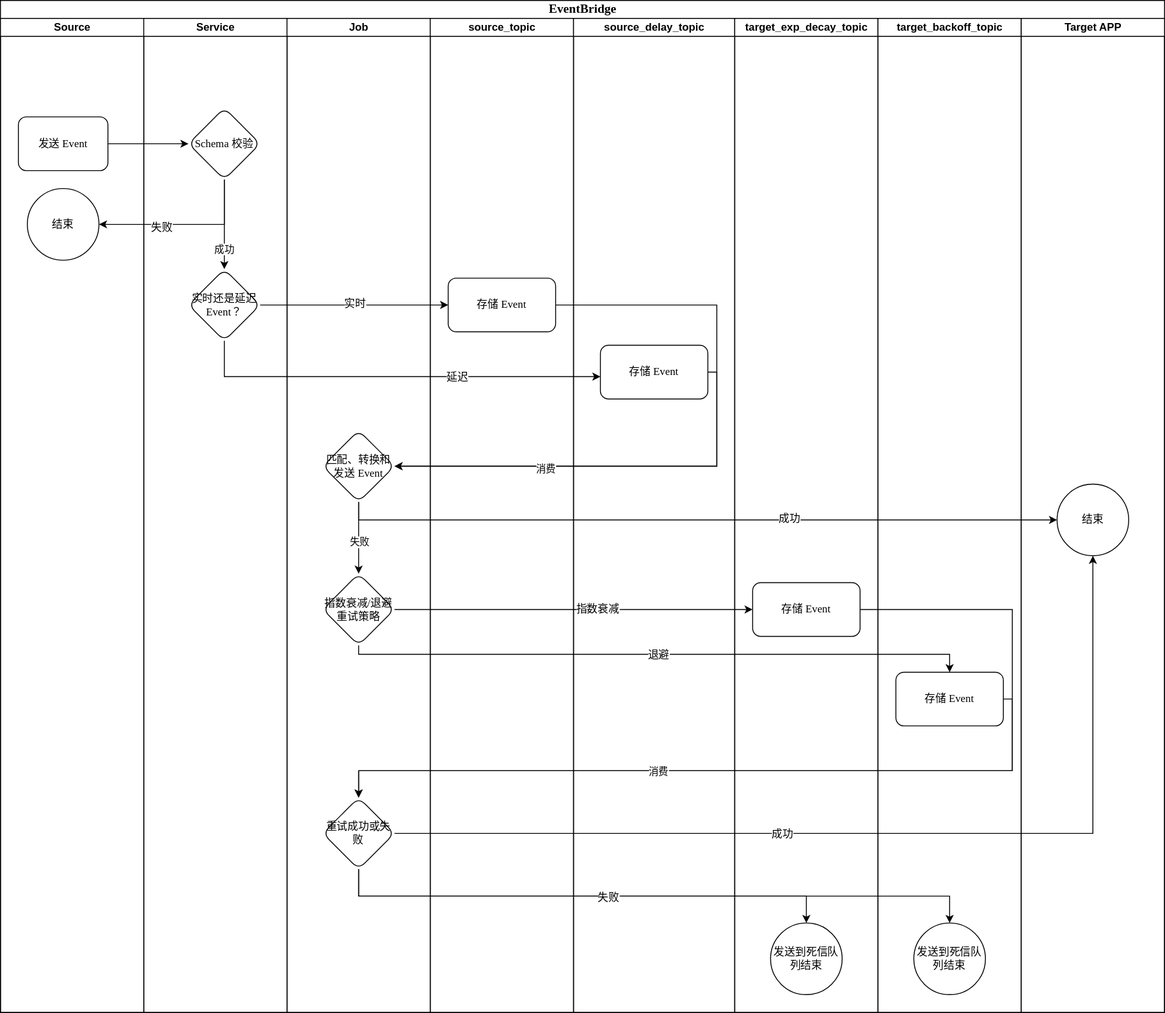
tianping526/eventbridge keeps this draw.io diagram as docs/zh/img/event-flow.svg. Above is the earlier version. Source tidied: cells renumbered, new cells last; positions are measured from the earlier drawing's top-left corner, leaving out a move shared by most shapes.
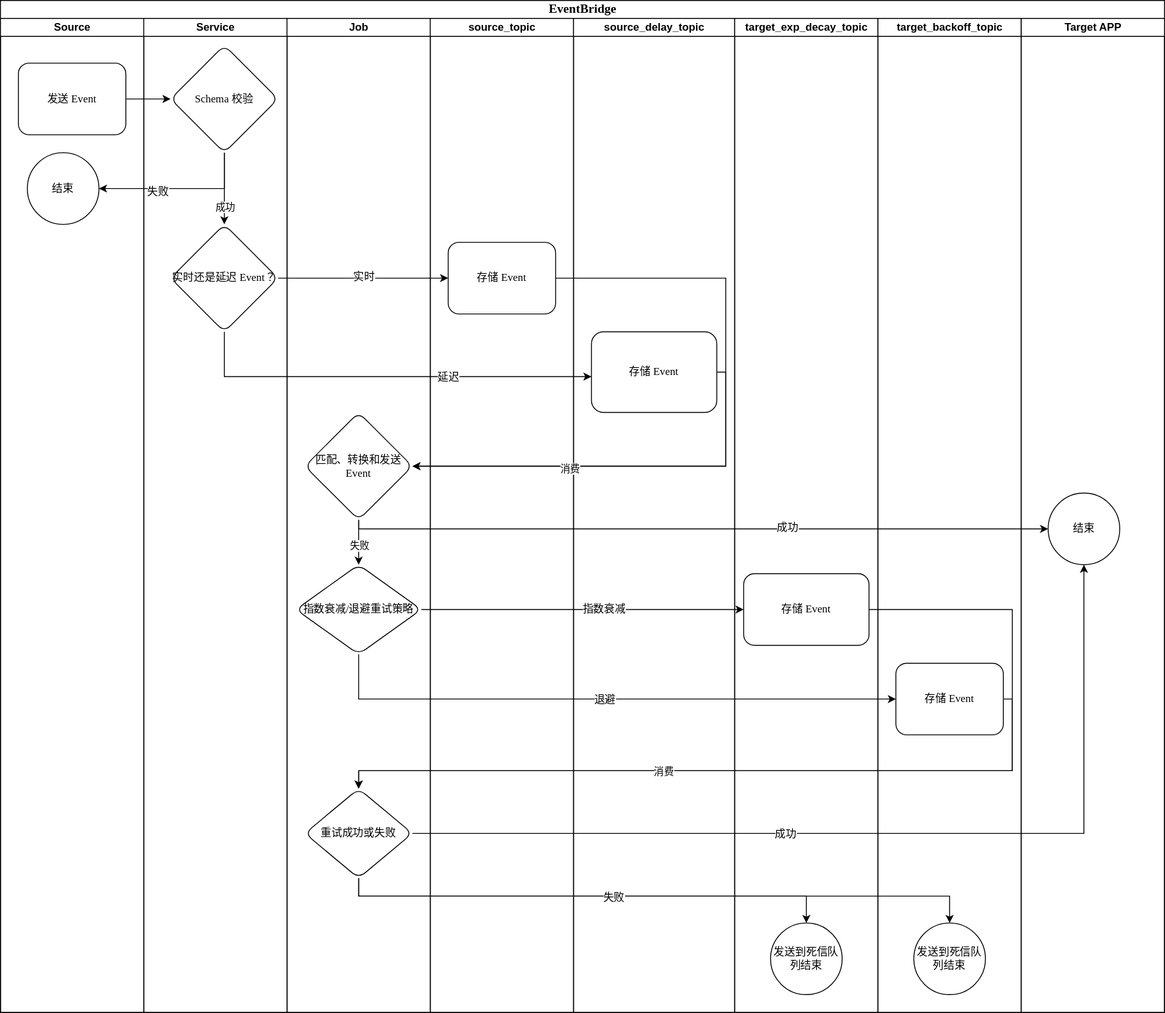
The same file after the commit.

Diff of the diagram source:
```diff
@@ -9,17 +9,28 @@
       <mxGeometry y="20" width="160" height="1110" as="geometry" />
     </mxCell>
     <mxCell id="4" value="发送 Event" style="rounded=1;whiteSpace=wrap;html=1;shadow=0;labelBackgroundColor=none;strokeWidth=1;fontFamily=Verdana;fontSize=12;align=center;" parent="3" vertex="1">
-      <mxGeometry x="20" y="110" width="100" height="60" as="geometry" />
+      <mxGeometry x="20" y="50" width="120" height="80" as="geometry" />
     </mxCell>
     <mxCell id="5" value="结束" style="ellipse;whiteSpace=wrap;html=1;fontSize=12;fontFamily=Verdana;rounded=1;shadow=0;labelBackgroundColor=none;strokeWidth=1;" parent="3" vertex="1">
-      <mxGeometry x="30" y="190" width="80" height="80" as="geometry" />
+      <mxGeometry x="30" y="150" width="80" height="80" as="geometry" />
     </mxCell>
     <mxCell id="6" value="Service" style="swimlane;html=1;startSize=20;" parent="2" vertex="1">
       <mxGeometry x="160" y="20" width="160" height="1110" as="geometry" />
     </mxCell>
     <mxCell id="7" value="Schema 校验" style="rhombus;whiteSpace=wrap;html=1;fontSize=12;fontFamily=Verdana;rounded=1;shadow=0;labelBackgroundColor=none;strokeWidth=1;" parent="6" vertex="1">
-      <mxGeometry x="50" y="100" width="80" height="80" as="geometry" />
+      <mxGeometry x="30" y="30" width="120" height="120" as="geometry" />
     </mxCell>
+    <mxCell id="15" value="实时还是延迟 Event？" style="rhombus;whiteSpace=wrap;html=1;fontSize=12;fontFamily=Verdana;rounded=1;shadow=0;labelBackgroundColor=none;strokeWidth=1;" parent="6" vertex="1">
+      <mxGeometry x="30" y="230" width="120" height="120" as="geometry" />
+    </mxCell>
+    <mxCell id="51" style="edgeStyle=orthogonalEdgeStyle;rounded=0;jettySize=auto;html=1;fontSize=12;" parent="6" edge="1" source="7" target="15">
+      <mxGeometry relative="1" as="geometry" />
+    </mxCell>
+    <mxCell id="52" value="成功" style="edgeLabel;html=1;align=center;verticalAlign=middle;" parent="51" vertex="1">
+      <mxGeometry x="0.54" y="-1" relative="1" as="geometry">
+        <mxPoint x="1" y="-2" as="offset" />
+      </mxGeometry>
+    </mxCell>
     <mxCell id="8" value="Job" style="swimlane;html=1;startSize=20;" parent="2" vertex="1">
       <mxGeometry x="320" y="20" width="160" height="1110" as="geometry" />
     </mxCell>
@@ -30,40 +41,31 @@
       <mxGeometry x="0.1" relative="1" as="geometry" />
     </mxCell>
     <mxCell id="11" value="匹配、转换和发送 Event" style="rhombus;whiteSpace=wrap;html=1;fontSize=12;fontFamily=Verdana;rounded=1;shadow=0;labelBackgroundColor=none;strokeWidth=1;" parent="8" vertex="1">
-      <mxGeometry x="40" y="460" width="80" height="80" as="geometry" />
+      <mxGeometry x="20" y="440" width="120" height="120" as="geometry" />
     </mxCell>
     <mxCell id="12" value="指数衰减/退避重试策略" style="rhombus;whiteSpace=wrap;html=1;fontSize=12;fontFamily=Verdana;rounded=1;shadow=0;labelBackgroundColor=none;strokeWidth=1;" parent="8" vertex="1">
-      <mxGeometry x="40" y="620" width="80" height="80" as="geometry" />
+      <mxGeometry x="10" y="610" width="140" height="100" as="geometry" />
     </mxCell>
     <mxCell id="13" value="重试成功或失败" style="rhombus;whiteSpace=wrap;html=1;fontSize=12;fontFamily=Verdana;rounded=1;shadow=0;labelBackgroundColor=none;strokeWidth=1;" parent="8" vertex="1">
-      <mxGeometry x="40" y="870" width="80" height="80" as="geometry" />
+      <mxGeometry x="20" y="860" width="120" height="100" as="geometry" />
     </mxCell>
     <mxCell id="14" value="source_topic" style="swimlane;html=1;startSize=20;" parent="2" vertex="1">
       <mxGeometry x="480" y="20" width="160" height="1110" as="geometry" />
     </mxCell>
-    <mxCell id="15" value="实时还是延迟 Event？" style="rhombus;whiteSpace=wrap;html=1;fontSize=12;fontFamily=Verdana;rounded=1;shadow=0;labelBackgroundColor=none;strokeWidth=1;" parent="14" vertex="1">
-      <mxGeometry x="-270" y="280" width="80" height="80" as="geometry" />
-    </mxCell>
     <mxCell id="16" value="存储 Event" style="whiteSpace=wrap;html=1;fontSize=12;fontFamily=Verdana;rounded=1;shadow=0;labelBackgroundColor=none;strokeWidth=1;" parent="14" vertex="1">
-      <mxGeometry x="20" y="290" width="120" height="60" as="geometry" />
+      <mxGeometry x="20" y="250" width="120" height="80" as="geometry" />
     </mxCell>
-    <mxCell id="17" style="edgeStyle=orthogonalEdgeStyle;rounded=0;jettySize=auto;html=1;fontSize=12;" parent="14" edge="1" source="15" target="16">
-      <mxGeometry relative="1" as="geometry" />
-    </mxCell>
-    <mxCell id="18" value="实时" style="edgeLabel;html=1;align=center;verticalAlign=middle;fontSize=12;" parent="17" vertex="1">
-      <mxGeometry y="2" relative="1" as="geometry" />
-    </mxCell>
     <mxCell id="19" value="source_delay_topic" style="swimlane;html=1;startSize=20;" parent="2" vertex="1">
       <mxGeometry x="640" y="20" width="180" height="1110" as="geometry" />
     </mxCell>
     <mxCell id="20" value="存储 Event" style="whiteSpace=wrap;html=1;fontSize=12;fontFamily=Verdana;rounded=1;shadow=0;labelBackgroundColor=none;strokeWidth=1;" parent="19" vertex="1">
-      <mxGeometry x="30" y="365" width="120" height="60" as="geometry" />
+      <mxGeometry x="20" y="350" width="140" height="90" as="geometry" />
     </mxCell>
     <mxCell id="21" value="target_exp_decay_topic" style="swimlane;html=1;startSize=20;" parent="2" vertex="1">
       <mxGeometry x="820" y="20" width="160" height="1110" as="geometry" />
     </mxCell>
     <mxCell id="22" value="存储 Event" style="whiteSpace=wrap;html=1;fontSize=12;fontFamily=Verdana;rounded=1;shadow=0;labelBackgroundColor=none;strokeWidth=1;" parent="21" vertex="1">
-      <mxGeometry x="20" y="630" width="120" height="60" as="geometry" />
+      <mxGeometry x="10" y="620" width="140" height="80" as="geometry" />
     </mxCell>
     <mxCell id="23" value="发送到死信队列结束" style="ellipse;whiteSpace=wrap;html=1;fontSize=12;fontFamily=Verdana;rounded=1;shadow=0;labelBackgroundColor=none;strokeWidth=1;" parent="21" vertex="1">
       <mxGeometry x="40" y="1010" width="80" height="80" as="geometry" />
@@ -72,7 +74,7 @@
       <mxGeometry x="980" y="20" width="160" height="1110" as="geometry" />
     </mxCell>
     <mxCell id="25" value="存储 Event" style="whiteSpace=wrap;html=1;fontSize=12;fontFamily=Verdana;rounded=1;shadow=0;labelBackgroundColor=none;strokeWidth=1;" parent="24" vertex="1">
-      <mxGeometry x="20" y="730" width="120" height="60" as="geometry" />
+      <mxGeometry x="20" y="720" width="120" height="80" as="geometry" />
     </mxCell>
     <mxCell id="26" value="发送到死信队列结束" style="ellipse;whiteSpace=wrap;html=1;fontSize=12;fontFamily=Verdana;rounded=1;shadow=0;labelBackgroundColor=none;strokeWidth=1;" parent="24" vertex="1">
       <mxGeometry x="40" y="1010" width="80" height="80" as="geometry" />
@@ -81,7 +83,7 @@
       <mxGeometry x="1140" y="20" width="160" height="1110" as="geometry" />
     </mxCell>
     <mxCell id="28" value="结束" style="ellipse;whiteSpace=wrap;html=1;fontSize=12;fontFamily=Verdana;rounded=1;shadow=0;labelBackgroundColor=none;strokeWidth=1;" parent="27" vertex="1">
-      <mxGeometry x="40" y="520" width="80" height="80" as="geometry" />
+      <mxGeometry x="30" y="530" width="80" height="80" as="geometry" />
     </mxCell>
     <mxCell id="29" style="edgeStyle=orthogonalEdgeStyle;rounded=0;jettySize=auto;html=1;fontSize=12;" parent="2" edge="1" source="15" target="20">
       <mxGeometry relative="1" as="geometry">
@@ -96,15 +98,15 @@
     <mxCell id="31" style="edgeStyle=orthogonalEdgeStyle;rounded=0;jettySize=auto;html=1;entryX=1;entryY=0.5;entryDx=0;entryDy=0;fontSize=12;" parent="2" edge="1" source="20" target="11">
       <mxGeometry relative="1" as="geometry">
         <Array as="points">
-          <mxPoint x="800" y="415" />
-          <mxPoint x="800" y="520" />
+          <mxPoint x="810" y="415" />
+          <mxPoint x="810" y="520" />
         </Array>
       </mxGeometry>
     </mxCell>
     <mxCell id="32" style="edgeStyle=orthogonalEdgeStyle;rounded=0;jettySize=auto;html=1;fontSize=12;" parent="2" edge="1" source="11" target="28">
       <mxGeometry relative="1" as="geometry">
         <Array as="points">
-          <mxPoint x="400" y="580" />
+          <mxPoint x="400" y="590" />
         </Array>
       </mxGeometry>
     </mxCell>
@@ -114,8 +116,8 @@
     <mxCell id="34" style="edgeStyle=orthogonalEdgeStyle;rounded=0;jettySize=auto;html=1;entryX=1;entryY=0.5;entryDx=0;entryDy=0;exitX=1;exitY=0.5;exitDx=0;exitDy=0;fontSize=12;" parent="2" edge="1" source="16" target="11">
       <mxGeometry relative="1" as="geometry">
         <Array as="points">
-          <mxPoint x="800" y="340" />
-          <mxPoint x="800" y="520" />
+          <mxPoint x="810" y="310" />
+          <mxPoint x="810" y="520" />
         </Array>
       </mxGeometry>
     </mxCell>
@@ -131,8 +133,7 @@
     <mxCell id="38" style="edgeStyle=orthogonalEdgeStyle;rounded=0;jettySize=auto;html=1;fontSize=12;" parent="2" edge="1" source="12" target="25">
       <mxGeometry relative="1" as="geometry">
         <Array as="points">
-          <mxPoint x="400" y="730" />
-          <mxPoint x="1060" y="730" />
+          <mxPoint x="400" y="780" />
         </Array>
       </mxGeometry>
     </mxCell>
@@ -191,18 +192,18 @@
     <mxCell id="49" style="edgeStyle=orthogonalEdgeStyle;rounded=0;jettySize=auto;html=1;fontSize=12;entryX=1;entryY=0.5;entryDx=0;entryDy=0;" parent="2" edge="1" source="7" target="5">
       <mxGeometry relative="1" as="geometry">
         <Array as="points">
-          <mxPoint x="250" y="250" />
+          <mxPoint x="250" y="210" />
         </Array>
       </mxGeometry>
     </mxCell>
     <mxCell id="50" value="失败" style="edgeLabel;html=1;align=center;verticalAlign=middle;fontSize=12;" parent="49" vertex="1">
       <mxGeometry x="0.28" y="3" relative="1" as="geometry" />
     </mxCell>
-    <mxCell id="51" style="edgeStyle=orthogonalEdgeStyle;rounded=0;jettySize=auto;html=1;fontSize=12;" parent="2" edge="1" source="7" target="15">
-      <mxGeometry relative="1" as="geometry" />
-    </mxCell>
-    <mxCell id="52" value="成功" style="edgeLabel;html=1;align=center;verticalAlign=middle;" parent="51" vertex="1">
-      <mxGeometry x="0.54" y="-1" relative="1" as="geometry" />
-    </mxCell>
+    <mxCell id="17" style="edgeStyle=orthogonalEdgeStyle;rounded=0;jettySize=auto;html=1;fontSize=12;" parent="2" edge="1" source="15" target="16">
+      <mxGeometry relative="1" as="geometry" />
+    </mxCell>
+    <mxCell id="18" value="实时" style="edgeLabel;html=1;align=center;verticalAlign=middle;fontSize=12;" parent="17" vertex="1">
+      <mxGeometry y="2" relative="1" as="geometry" />
+    </mxCell>
   </root>
 </mxGraphModel>
```
